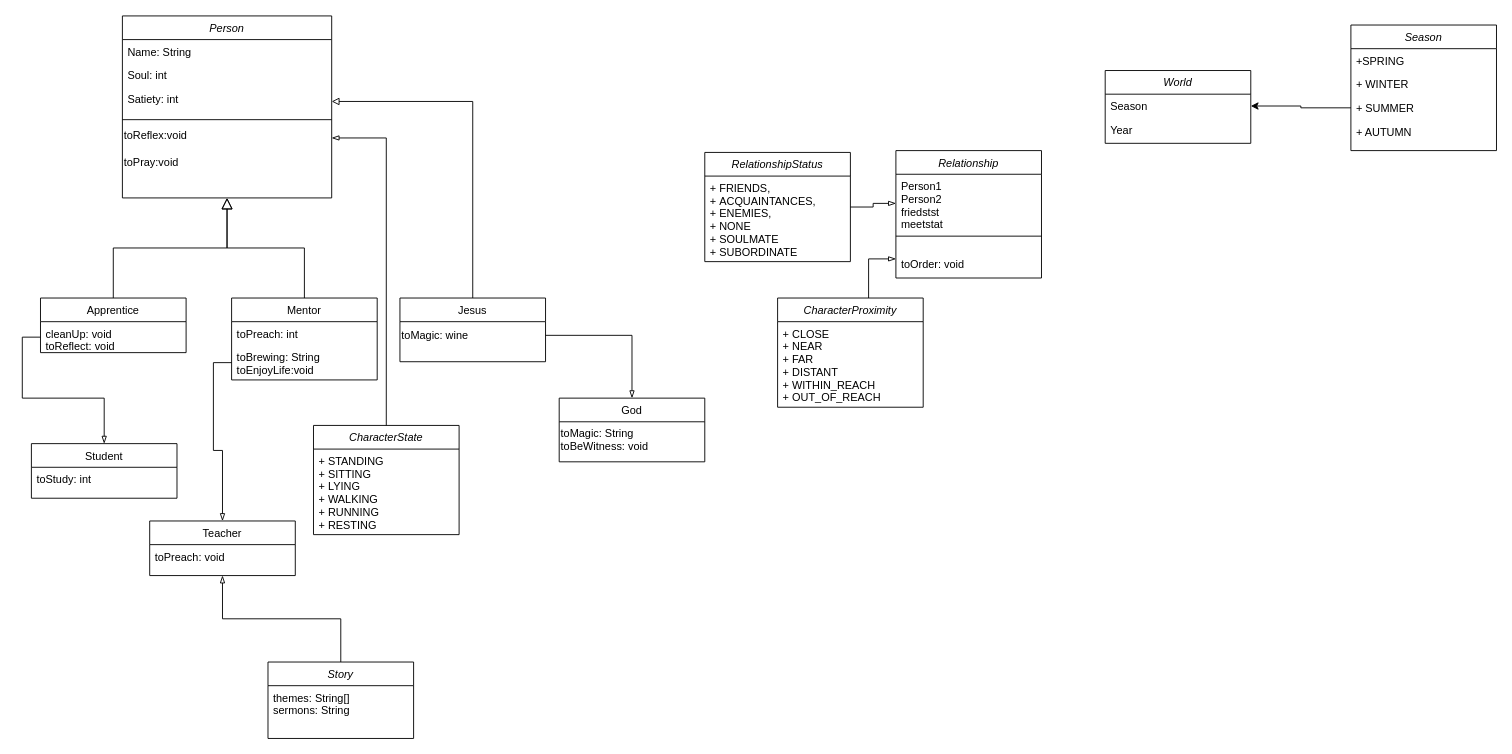
Before: lab3.drawio in mebfour/lab3, a draw.io diagram. Source tidied: cells renumbered, new cells numbered last; positions are measured from the earlier drawing's top-left corner, leaving out a move shared by most shapes. Both pictures are drawn from the tidied source at 91%, with x=0, y=0 at pixel (31, 15).
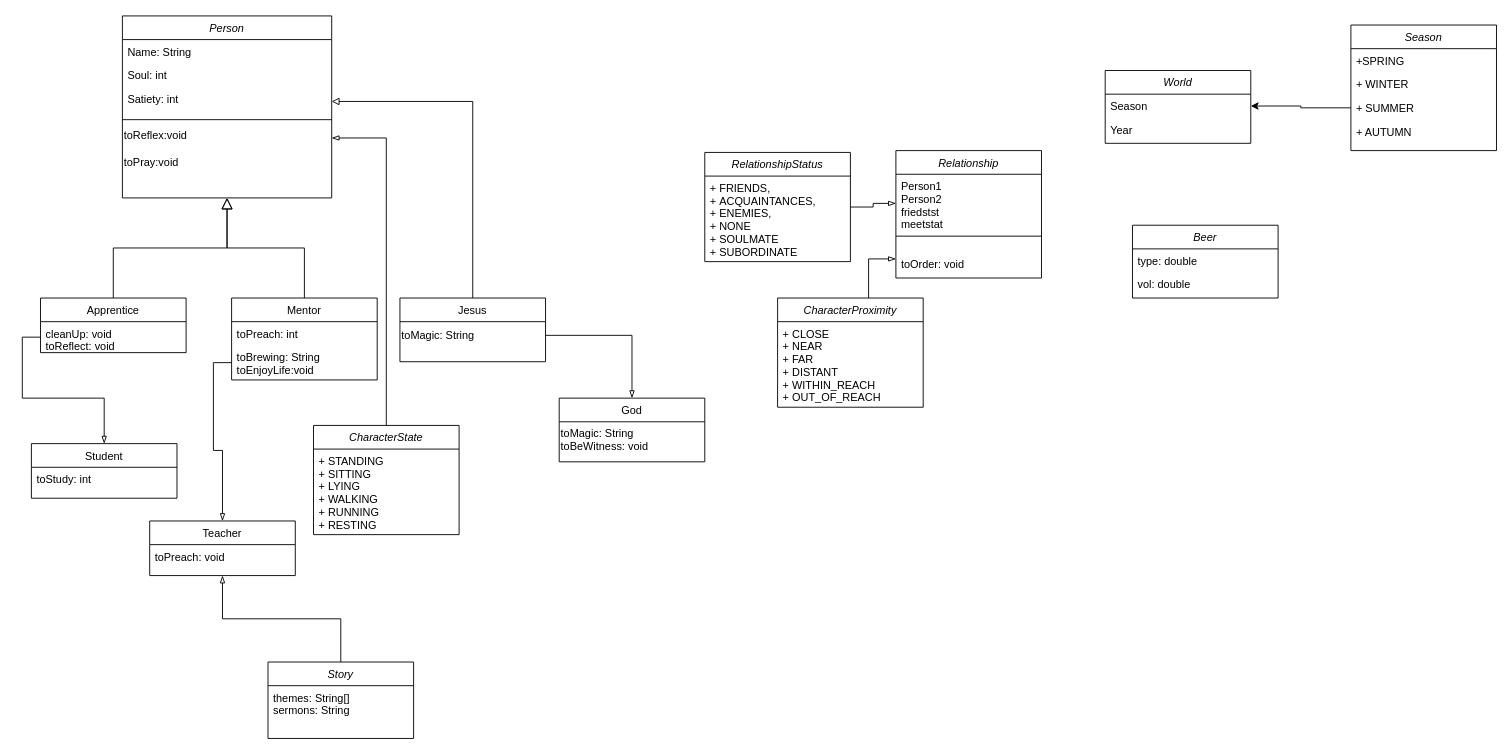
The same page after the edit.

The change refers to these unchanged cells:
```xml
<mxCell id="19" value="Jesus" style="swimlane;fontStyle=0;align=center;verticalAlign=top;horizontal=1;startSize=26;rounded=0;shadow=0;strokeWidth=1;" parent="1" vertex="1">
  <mxGeometry x="405" y="310" width="160" height="70" as="geometry" />
</mxCell>
```

Diff of the diagram source:
```diff
@@
-    <mxCell id="20" value="toMagic: wine" style="text;html=1;align=left;verticalAlign=middle;points=[];strokeColor=none;fillColor=none;" parent="19" vertex="1">
+    <mxCell id="20" value="toMagic: String" style="text;html=1;align=left;verticalAlign=middle;points=[];strokeColor=none;fillColor=none;" parent="19" vertex="1">
       <mxGeometry y="26" width="160" height="30" as="geometry" />
     </mxCell>
@@
+    <mxCell id="52" value="Beer" style="swimlane;fontStyle=2;align=center;verticalAlign=top;horizontal=1;startSize=26;rounded=0;shadow=0;strokeWidth=1;" parent="1" vertex="1">
+      <mxGeometry x="1210" y="230" width="160" height="80" as="geometry" />
+    </mxCell>
+    <mxCell id="53" value="type: double" style="text;align=left;verticalAlign=top;spacingLeft=4;spacingRight=4;overflow=hidden;" parent="52" vertex="1">
+      <mxGeometry y="26" width="160" height="26" as="geometry" />
+    </mxCell>
+    <mxCell id="54" value="vol: double" style="text;align=left;verticalAlign=top;spacingLeft=4;spacingRight=4;overflow=hidden;rounded=0;shadow=0;html=0;" parent="52" vertex="1">
+      <mxGeometry y="52" width="160" height="26" as="geometry" />
+    </mxCell>
```
